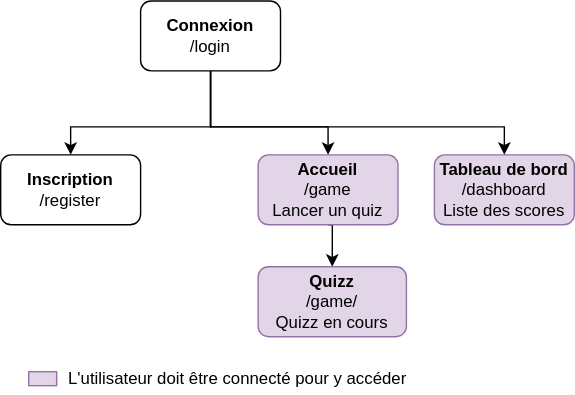
Above: sitemap.svg in Theia01/Architecture-logicielle-projet-final (draw.io), before the change. Source tidied: cells renumbered, new cells last; positions are measured from the earlier drawing's top-left corner, leaving out a move shared by most shapes.
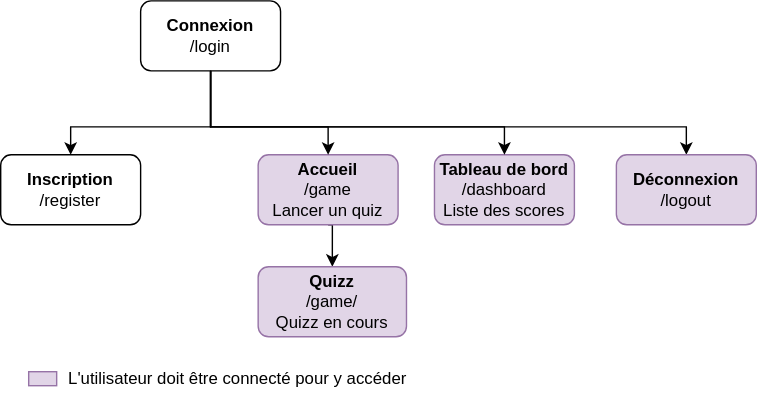
Later version of the same file.

The edit, as a diff of the source:
```diff
@@ -13,6 +13,14 @@
         </Array>
       </mxGeometry>
     </mxCell>
+    <mxCell id="13" style="edgeStyle=orthogonalEdgeStyle;rounded=0;jettySize=auto;html=1;exitX=0.5;exitY=1;exitDx=0;exitDy=0;" parent="1" edge="1" source="4" target="14">
+      <mxGeometry relative="1" as="geometry">
+        <Array as="points">
+          <mxPoint x="150" y="90" />
+          <mxPoint x="490" y="90" />
+        </Array>
+      </mxGeometry>
+    </mxCell>
     <mxCell id="4" value="&lt;b&gt;Connexion&lt;/b&gt;&lt;br&gt;/login" style="rounded=1;whiteSpace=wrap;html=1;" parent="1" vertex="1">
       <mxGeometry x="100" width="100" height="50" as="geometry" />
     </mxCell>
@@ -50,5 +58,8 @@
     <mxCell id="12" style="whiteSpace=wrap;html=1;fillColor=#e1d5e7;strokeColor=#9673a6;" parent="1" vertex="1">
       <mxGeometry x="20" y="265" width="20" height="10" as="geometry" />
     </mxCell>
+    <mxCell id="14" value="&lt;b&gt;Déconnexion&lt;br&gt;&lt;/b&gt;/logout" style="rounded=1;whiteSpace=wrap;html=1;fillColor=#e1d5e7;strokeColor=#9673a6;" parent="1" vertex="1">
+      <mxGeometry x="440" y="110" width="100" height="50" as="geometry" />
+    </mxCell>
   </root>
 </mxGraphModel>
```
